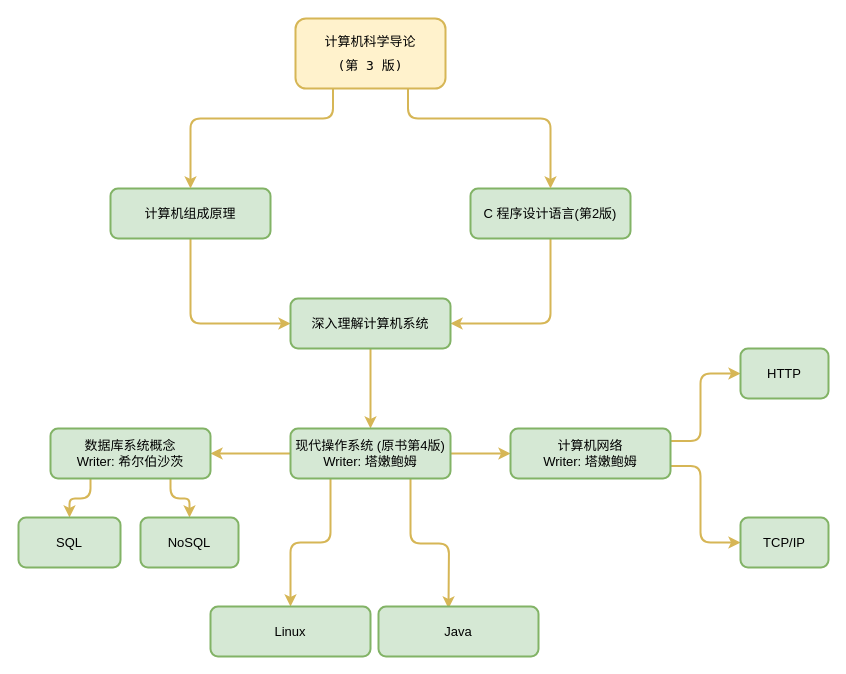
Above: 计算机学习图谱.drawio/计算机学习图谱.drawio in W1033/Computer-Basics-Knowledge (draw.io), before the change. Source tidied: cells renumbered, new cells numbered last; positions are measured from the earlier drawing's top-left corner, leaving out a move shared by most shapes. Both pictures are drawn from the tidied source at 100%, with x=0, y=0 at pixel (18, 18).
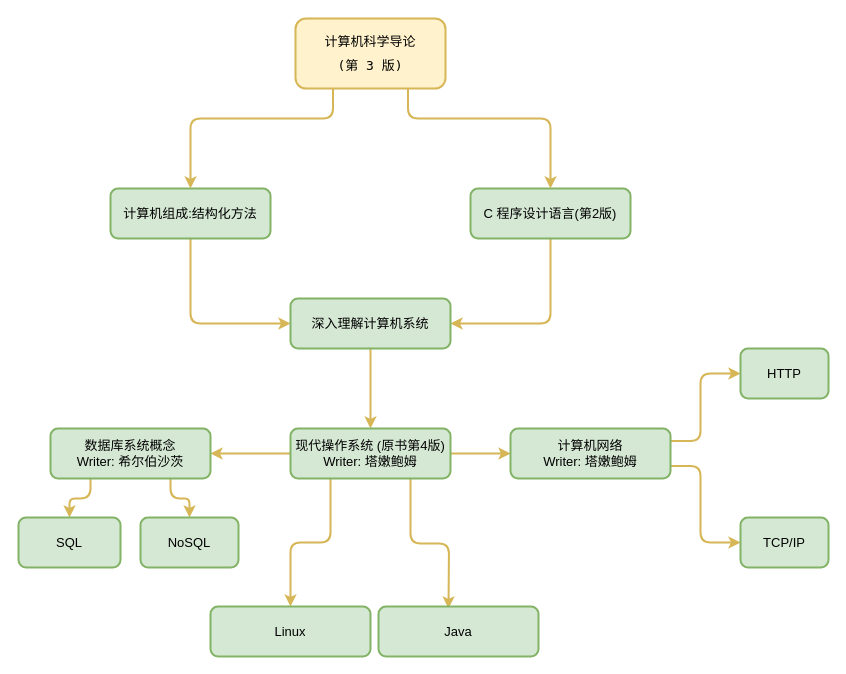
Above is the later version.

What changed in the source:
```diff
@@
-    <mxCell id="3" value="&lt;span style=&quot;font-size: 13px&quot;&gt;计算机组成原理&lt;/span&gt;" style="rounded=1;whiteSpace=wrap;html=1;labelBackgroundColor=none;strokeColor=#82b366;strokeWidth=2;fillColor=#d5e8d4;" parent="1" vertex="1">
+    <mxCell id="3" value="&lt;span style=&quot;font-size: 13px&quot;&gt;计算机组成:结构化方法&lt;/span&gt;" style="rounded=1;whiteSpace=wrap;html=1;labelBackgroundColor=none;strokeColor=#82b366;strokeWidth=2;fillColor=#d5e8d4;" parent="1" vertex="1">
       <mxGeometry x="92" y="170" width="160" height="50" as="geometry" />
     </mxCell>
```
